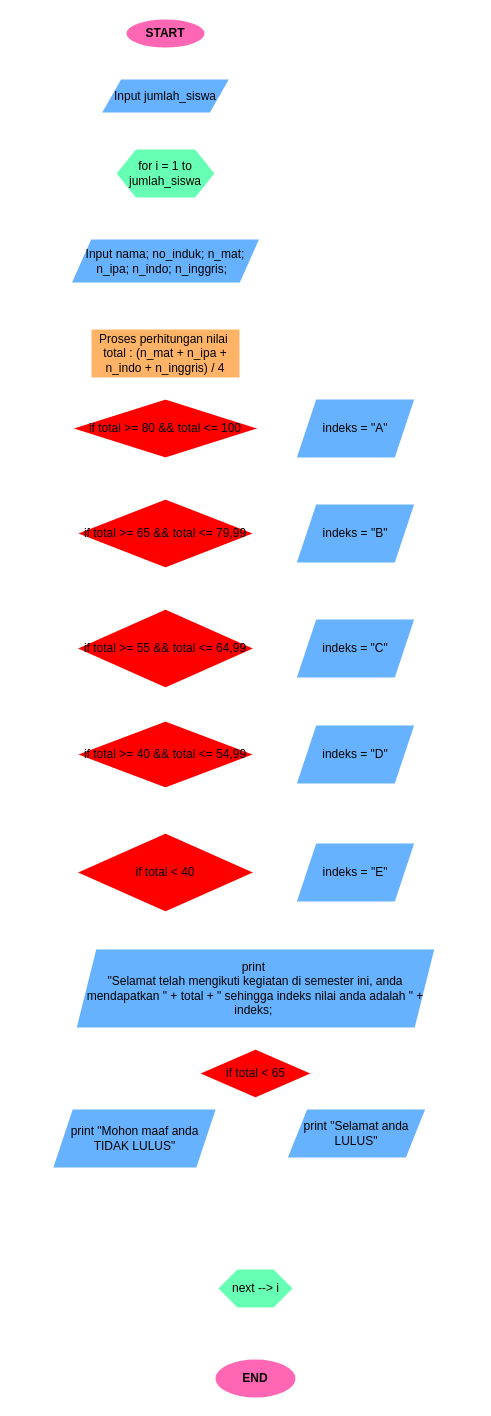
JaozaHaqq/Jaoza_Haqquesda-Aplikasi_Rapor_Siswa keeps this draw.io diagram as Flowchart.drawio. Above is the earlier version. Source tidied: cells renumbered, new cells numbered last; positions are measured from the earlier drawing's top-left corner, leaving out a move shared by most shapes. Both pictures are drawn from the tidied source at 100%, with x=0, y=0 at pixel (25, 18).
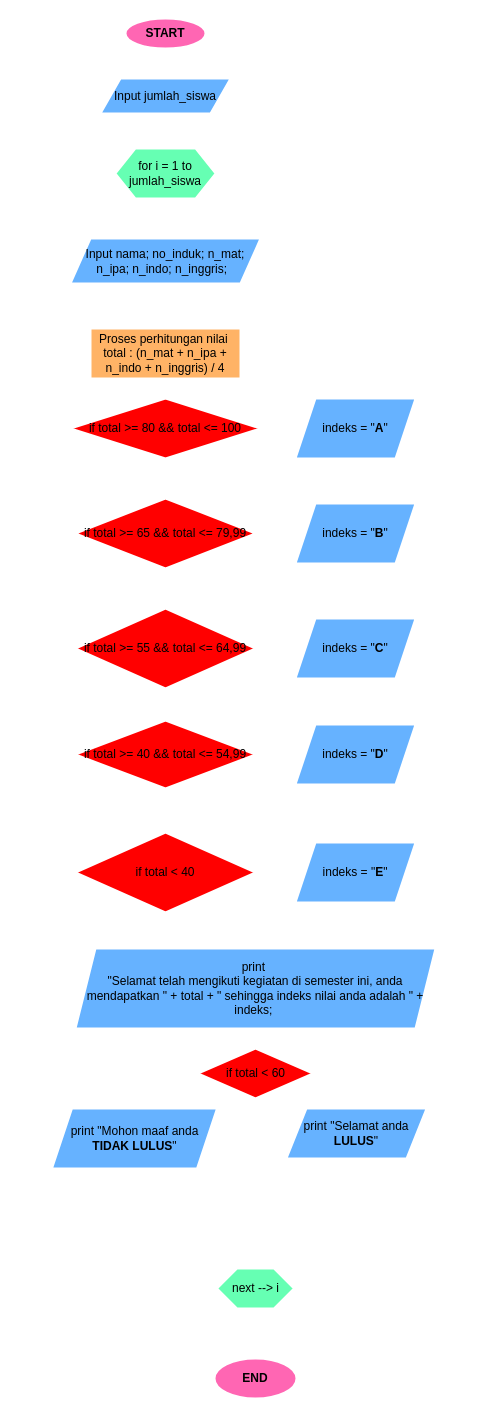
After the change.

Commit message:
feat: Revisi penulisan indeks, lulus, dan tidak lulus

Diff of the diagram source:
```diff
@@
-    <mxCell id="16" value="indeks = &quot;A&quot;" style="shape=parallelogram;perimeter=parallelogramPerimeter;whiteSpace=wrap;html=1;fixedSize=1;gradientDirection=radial;fillColor=#66B2FF;fontColor=#000000;strokeColor=#FFFFFF;strokeWidth=2;" parent="1" vertex="1">
+    <mxCell id="16" value="indeks = &quot;&lt;b&gt;A&lt;/b&gt;&quot;" style="shape=parallelogram;perimeter=parallelogramPerimeter;whiteSpace=wrap;html=1;fixedSize=1;gradientDirection=radial;fillColor=#66B2FF;fontColor=#000000;strokeColor=#FFFFFF;strokeWidth=2;" parent="1" vertex="1">
       <mxGeometry x="270" y="380" width="120" height="60" as="geometry" />
     </mxCell>
@@
-    <mxCell id="21" value="indeks = &quot;B&quot;" style="shape=parallelogram;perimeter=parallelogramPerimeter;whiteSpace=wrap;html=1;fixedSize=1;gradientDirection=radial;fillColor=#66B2FF;fontColor=#000000;strokeColor=#FFFFFF;strokeWidth=2;" parent="1" vertex="1">
+    <mxCell id="21" value="indeks = &quot;&lt;b&gt;B&lt;/b&gt;&quot;" style="shape=parallelogram;perimeter=parallelogramPerimeter;whiteSpace=wrap;html=1;fixedSize=1;gradientDirection=radial;fillColor=#66B2FF;fontColor=#000000;strokeColor=#FFFFFF;strokeWidth=2;" parent="1" vertex="1">
       <mxGeometry x="270" y="485" width="120" height="60" as="geometry" />
     </mxCell>
@@
-    <mxCell id="26" value="indeks = &quot;C&quot;" style="shape=parallelogram;perimeter=parallelogramPerimeter;whiteSpace=wrap;html=1;fixedSize=1;gradientDirection=radial;fillColor=#66B2FF;fontColor=#000000;strokeColor=#FFFFFF;strokeWidth=2;" parent="1" vertex="1">
+    <mxCell id="26" value="indeks = &quot;&lt;b&gt;C&lt;/b&gt;&quot;" style="shape=parallelogram;perimeter=parallelogramPerimeter;whiteSpace=wrap;html=1;fixedSize=1;gradientDirection=radial;fillColor=#66B2FF;fontColor=#000000;strokeColor=#FFFFFF;strokeWidth=2;" parent="1" vertex="1">
       <mxGeometry x="270" y="600" width="120" height="60" as="geometry" />
     </mxCell>
@@
-    <mxCell id="31" value="indeks = &quot;D&quot;" style="shape=parallelogram;perimeter=parallelogramPerimeter;whiteSpace=wrap;html=1;fixedSize=1;gradientDirection=radial;fillColor=#66B2FF;fontColor=#000000;strokeColor=#FFFFFF;strokeWidth=2;" parent="1" vertex="1">
+    <mxCell id="31" value="indeks = &quot;&lt;b&gt;D&lt;/b&gt;&quot;" style="shape=parallelogram;perimeter=parallelogramPerimeter;whiteSpace=wrap;html=1;fixedSize=1;gradientDirection=radial;fillColor=#66B2FF;fontColor=#000000;strokeColor=#FFFFFF;strokeWidth=2;" parent="1" vertex="1">
       <mxGeometry x="270" y="706" width="120" height="60" as="geometry" />
     </mxCell>
@@
-    <mxCell id="35" value="indeks = &quot;E&quot;" style="shape=parallelogram;perimeter=parallelogramPerimeter;whiteSpace=wrap;html=1;fixedSize=1;gradientDirection=radial;fillColor=#66B2FF;fontColor=#000000;strokeColor=#FFFFFF;strokeWidth=2;" parent="1" vertex="1">
+    <mxCell id="35" value="indeks = &quot;&lt;b&gt;E&lt;/b&gt;&quot;" style="shape=parallelogram;perimeter=parallelogramPerimeter;whiteSpace=wrap;html=1;fixedSize=1;gradientDirection=radial;fillColor=#66B2FF;fontColor=#000000;strokeColor=#FFFFFF;strokeWidth=2;" parent="1" vertex="1">
       <mxGeometry x="270" y="824" width="120" height="60" as="geometry" />
     </mxCell>
@@
-    <mxCell id="40" value="if total &amp;lt; 65" style="rhombus;whiteSpace=wrap;html=1;gradientDirection=radial;fillColor=#FF0000;fontColor=#000000;strokeColor=#FFFFFF;strokeWidth=2;" parent="1" vertex="1">
+    <mxCell id="40" value="if total &amp;lt; 60" style="rhombus;whiteSpace=wrap;html=1;gradientDirection=radial;fillColor=#FF0000;fontColor=#000000;strokeColor=#FFFFFF;strokeWidth=2;" parent="1" vertex="1">
       <mxGeometry x="172.5" y="1030" width="115" height="50" as="geometry" />
     </mxCell>
@@
-    <mxCell id="42" value="print &quot;Mohon maaf anda TIDAK LULUS&quot;" style="shape=parallelogram;perimeter=parallelogramPerimeter;whiteSpace=wrap;html=1;fixedSize=1;fontSize=12;gradientDirection=radial;fillColor=#66B2FF;fontColor=#000000;strokeColor=#FFFFFF;strokeWidth=2;" parent="1" vertex="1">
+    <mxCell id="42" value="print &quot;Mohon maaf anda &lt;b&gt;TIDAK LULUS&lt;/b&gt;&quot;" style="shape=parallelogram;perimeter=parallelogramPerimeter;whiteSpace=wrap;html=1;fixedSize=1;fontSize=12;gradientDirection=radial;fillColor=#66B2FF;fontColor=#000000;strokeColor=#FFFFFF;strokeWidth=2;" parent="1" vertex="1">
       <mxGeometry x="26.5" y="1090" width="165" height="60" as="geometry" />
     </mxCell>
@@
-    <mxCell id="44" value="print &quot;Selamat anda LULUS&quot;" style="shape=parallelogram;perimeter=parallelogramPerimeter;whiteSpace=wrap;html=1;fixedSize=1;fontSize=12;gradientDirection=radial;fillColor=#66B2FF;fontColor=#000000;strokeColor=#FFFFFF;strokeWidth=2;" parent="1" vertex="1">
+    <mxCell id="44" value="print &quot;Selamat anda &lt;b&gt;LULUS&lt;/b&gt;&quot;" style="shape=parallelogram;perimeter=parallelogramPerimeter;whiteSpace=wrap;html=1;fixedSize=1;fontSize=12;gradientDirection=radial;fillColor=#66B2FF;fontColor=#000000;strokeColor=#FFFFFF;strokeWidth=2;" parent="1" vertex="1">
       <mxGeometry x="261" y="1090" width="140" height="50" as="geometry" />
     </mxCell>
```
